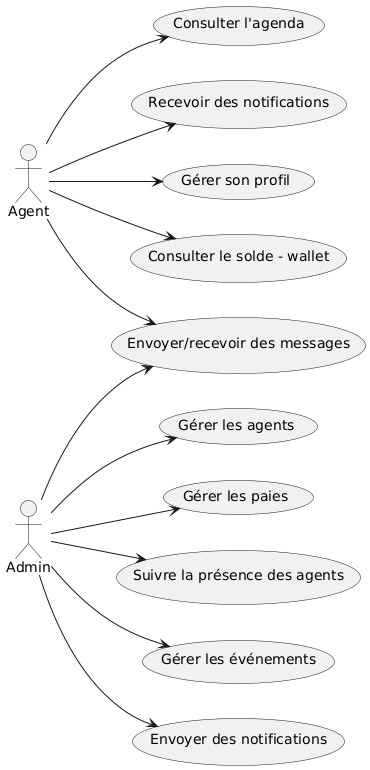
Above: diagramme_cas.png in cherica01/NVA_project-back- (PlantUML), before the change. Source of this version:
```plantuml
@startuml
left to right direction
actor Agent
actor Admin

Agent --> (Consulter l'agenda)
Agent --> (Envoyer/recevoir des messages)
Agent --> (Recevoir des notifications)
Agent --> (Gérer son profil)
Agent --> (Consulter le solde - wallet)


Admin --> (Gérer les agents)
Admin --> (Gérer les paies)
Admin --> (Suivre la présence des agents)
Admin --> (Gérer les événements)
Admin --> (Envoyer des notifications)
Admin --> (Envoyer/recevoir des messages)
@enduml
```
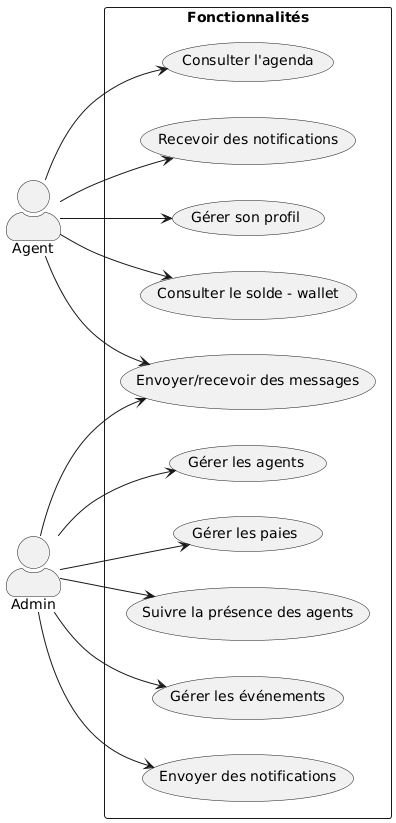
The same file after the commit.

Commit message:
resaka evaluation

Diff of the diagram source:
```diff
@@ -1,19 +1,34 @@
 @startuml
 left to right direction
+skinparam actorStyle awesome
+
 actor Agent
 actor Admin
 
-Agent --> (Consulter l'agenda)
-Agent --> (Envoyer/recevoir des messages)
-Agent --> (Recevoir des notifications)
-Agent --> (Gérer son profil)
-Agent --> (Consulter le solde - wallet)
+rectangle "Fonctionnalités" {
 
+    usecase "Consulter l'agenda" as UC1
+    usecase "Recevoir des notifications" as UC2
+    usecase "Gérer son profil" as UC3
+    usecase "Consulter le solde - wallet" as UC4
+    usecase "Envoyer/recevoir des messages" as UC5
+    usecase "Gérer les agents" as UC6
+    usecase "Gérer les paies" as UC7
+    usecase "Suivre la présence des agents" as UC8
+    usecase "Gérer les événements" as UC9
+    usecase "Envoyer des notifications" as UC10
+}
 
-Admin --> (Gérer les agents)
-Admin --> (Gérer les paies)
-Admin --> (Suivre la présence des agents)
-Admin --> (Gérer les événements)
-Admin --> (Envoyer des notifications)
-Admin --> (Envoyer/recevoir des messages)
+Agent --> UC1
+Agent --> UC2
+Agent --> UC3
+Agent --> UC4
+Agent --> UC5
+
+Admin --> UC5
+Admin --> UC6
+Admin --> UC7
+Admin --> UC8
+Admin --> UC9
+Admin --> UC10
 @enduml
```
